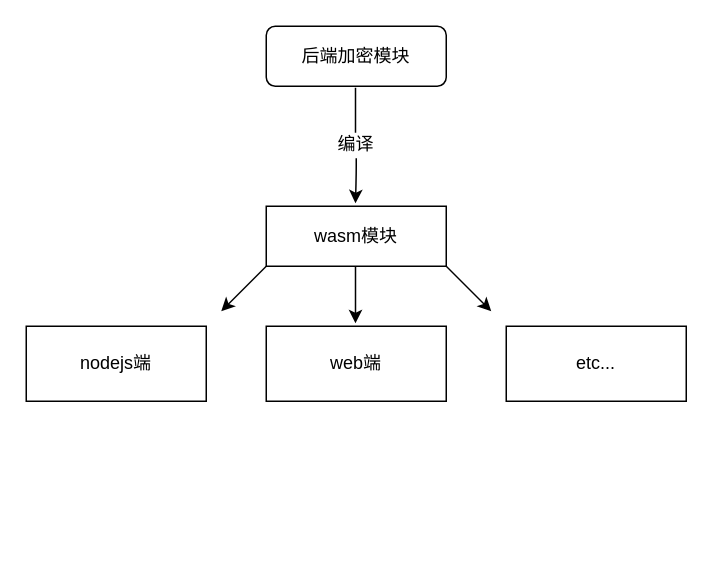
Before: Untitled Diagram.drawio in sologgfun/wasm, a draw.io diagram. Source tidied: cells renumbered, new cells numbered last; positions are measured from the earlier drawing's top-left corner, leaving out a move shared by most shapes. Both pictures are drawn from the tidied source at 150%, with x=0, y=0 at pixel (26, 26).
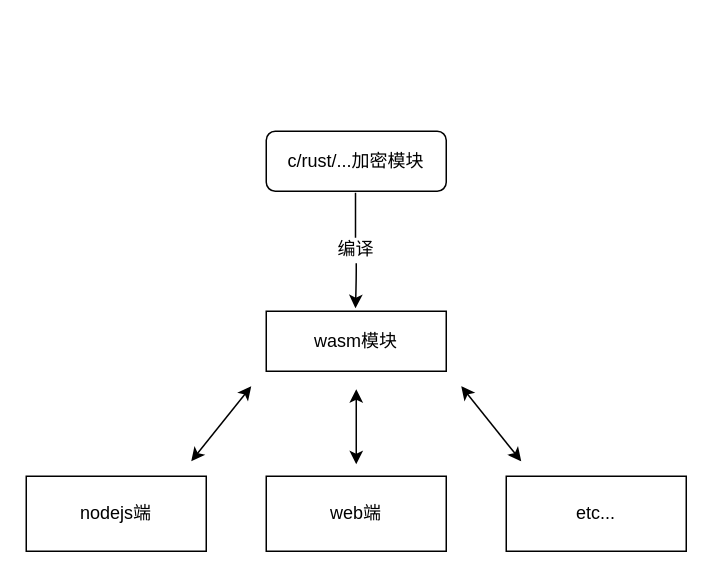
Above is the later version.

The edit, as a diff of the source:
```diff
@@
 <mxGraphModel>
   <root>
     <mxCell id="0" />
     <mxCell id="1" parent="0" />
-    <mxCell id="2" value="后端加密模块" style="rounded=1;whiteSpace=wrap;html=1;" parent="1" vertex="1">
-      <mxGeometry x="160" width="120" height="40" as="geometry" />
+    <mxCell id="2" value="c/rust/...加密模块" style="rounded=1;whiteSpace=wrap;html=1;" parent="1" vertex="1">
+      <mxGeometry x="160" y="70" width="120" height="40" as="geometry" />
     </mxCell>
     <mxCell id="3" value="web端" style="rounded=0;whiteSpace=wrap;html=1;" parent="1" vertex="1">
-      <mxGeometry x="160" y="200" width="120" height="50" as="geometry" />
+      <mxGeometry x="160" y="300" width="120" height="50" as="geometry" />
     </mxCell>
     <mxCell id="4" value="nodejs端" style="rounded=0;whiteSpace=wrap;html=1;" parent="1" vertex="1">
-      <mxGeometry y="200" width="120" height="50" as="geometry" />
+      <mxGeometry y="300" width="120" height="50" as="geometry" />
     </mxCell>
     <mxCell id="5" value="wasm模块" style="rounded=0;whiteSpace=wrap;html=1;" parent="1" vertex="1">
-      <mxGeometry x="160" y="120" width="120" height="40" as="geometry" />
+      <mxGeometry x="160" y="190" width="120" height="40" as="geometry" />
     </mxCell>
     <mxCell id="6" style="endArrow=classic;html=1;" parent="1" edge="1">
       <mxGeometry relative="1" as="geometry">
-        <mxPoint x="220" y="88" as="sourcePoint" />
-        <mxPoint x="219.5" y="118" as="targetPoint" />
+        <mxPoint x="220" y="158" as="sourcePoint" />
+        <mxPoint x="219.5" y="188" as="targetPoint" />
         <Array as="points">
-          <mxPoint x="220" y="98" />
+          <mxPoint x="220" y="168" />
         </Array>
       </mxGeometry>
     </mxCell>
     <mxCell id="7" value="编译" style="text;html=1;strokeColor=none;fillColor=none;align=center;verticalAlign=middle;whiteSpace=wrap;rounded=0;" parent="1" vertex="1">
-      <mxGeometry x="200" y="69" width="40" height="20" as="geometry" />
+      <mxGeometry x="200" y="139" width="40" height="20" as="geometry" />
     </mxCell>
     <mxCell id="8" style="endArrow=none;html=1;" parent="1" edge="1">
       <mxGeometry relative="1" as="geometry">
-        <mxPoint x="219.5" y="41" as="sourcePoint" />
-        <mxPoint x="219.5" y="71" as="targetPoint" />
+        <mxPoint x="219.5" y="111" as="sourcePoint" />
+        <mxPoint x="219.5" y="141" as="targetPoint" />
       </mxGeometry>
     </mxCell>
     <mxCell id="9" value="etc..." style="rounded=0;whiteSpace=wrap;html=1;" parent="1" vertex="1">
-      <mxGeometry x="320" y="200" width="120" height="50" as="geometry" />
+      <mxGeometry x="320" y="300" width="120" height="50" as="geometry" />
     </mxCell>
-    <mxCell id="10" style="endArrow=classic;html=1;" parent="1" edge="1">
+    <mxCell id="10" style="endArrow=classic;html=1;startArrow=classic;startFill=1;entryX=0.5;entryY=0;entryDx=0;entryDy=0;" parent="1" edge="1">
       <mxGeometry relative="1" as="geometry">
-        <mxPoint x="219.5" y="160" as="sourcePoint" />
-        <mxPoint x="219.5" y="198" as="targetPoint" />
+        <mxPoint x="220" y="242" as="sourcePoint" />
+        <mxPoint x="220" y="292" as="targetPoint" />
       </mxGeometry>
     </mxCell>
-    <mxCell id="11" style="endArrow=classic;html=1;" parent="1" edge="1">
-      <mxGeometry relative="1" as="geometry">
-        <mxPoint x="280" y="160" as="sourcePoint" />
-        <mxPoint x="310" y="190" as="targetPoint" />
-      </mxGeometry>
-    </mxCell>
-    <mxCell id="12" style="endArrow=classic;html=1;" parent="1" edge="1">
+    <mxCell id="12" style="endArrow=classic;html=1;startArrow=classic;startFill=1;" parent="1" edge="1">
       <mxGeometry relative="1" as="geometry">
-        <mxPoint x="160" y="160" as="sourcePoint" />
-        <mxPoint x="130" y="190" as="targetPoint" />
+        <mxPoint x="150" y="240" as="sourcePoint" />
+        <mxPoint x="110" y="290" as="targetPoint" />
       </mxGeometry>
     </mxCell>
+    <mxCell id="13" style="endArrow=classic;html=1;startArrow=classic;startFill=1;" parent="1" edge="1">
+      <mxGeometry relative="1" as="geometry">
+        <mxPoint x="290" y="240" as="sourcePoint" />
+        <mxPoint x="330" y="290" as="targetPoint" />
+      </mxGeometry>
+    </mxCell>
   </root>
 </mxGraphModel>
```
